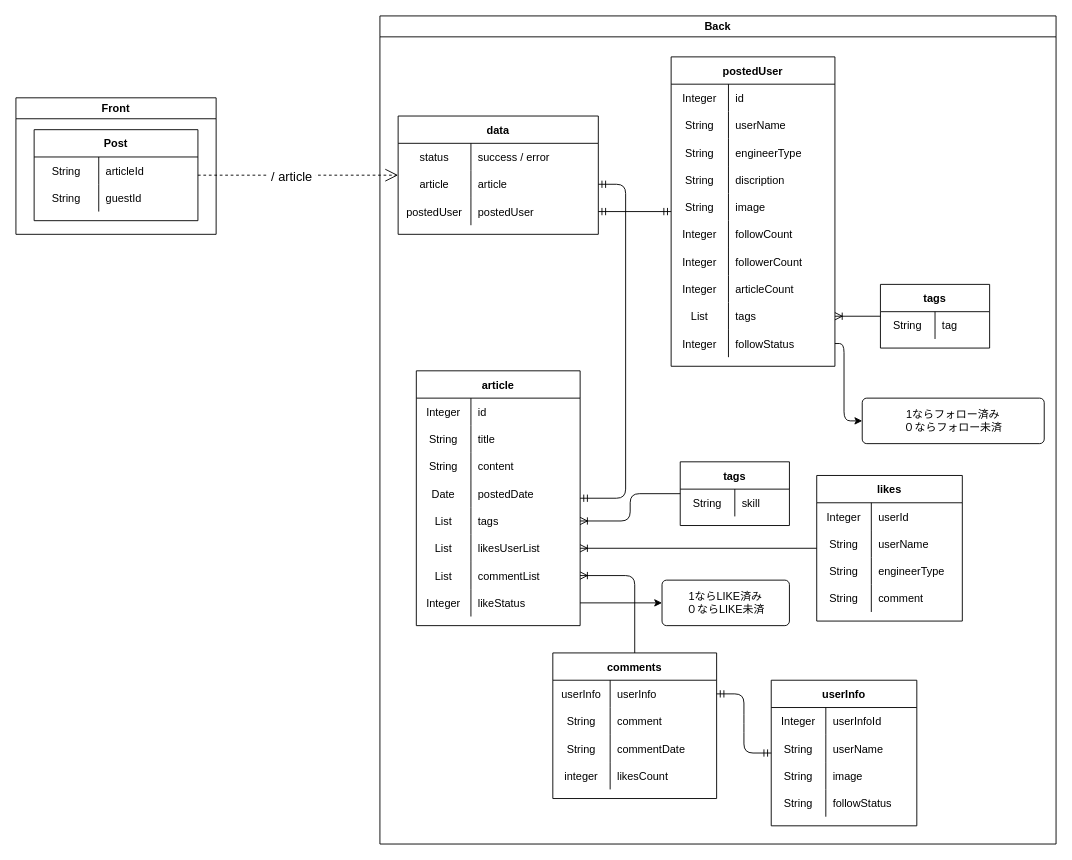
The draw.io diagram page "[表示]記事詳細" (5 of 17) of Designs/基本設計.drawio in yusuke-rakus/Qiish, before the edit. Source tidied: cells renumbered, new cells numbered last; positions are measured from the earlier drawing's top-left corner, leaving out a move shared by most shapes. Both pictures are drawn from the tidied source at 91%, with x=0, y=0 at pixel (15, 15).
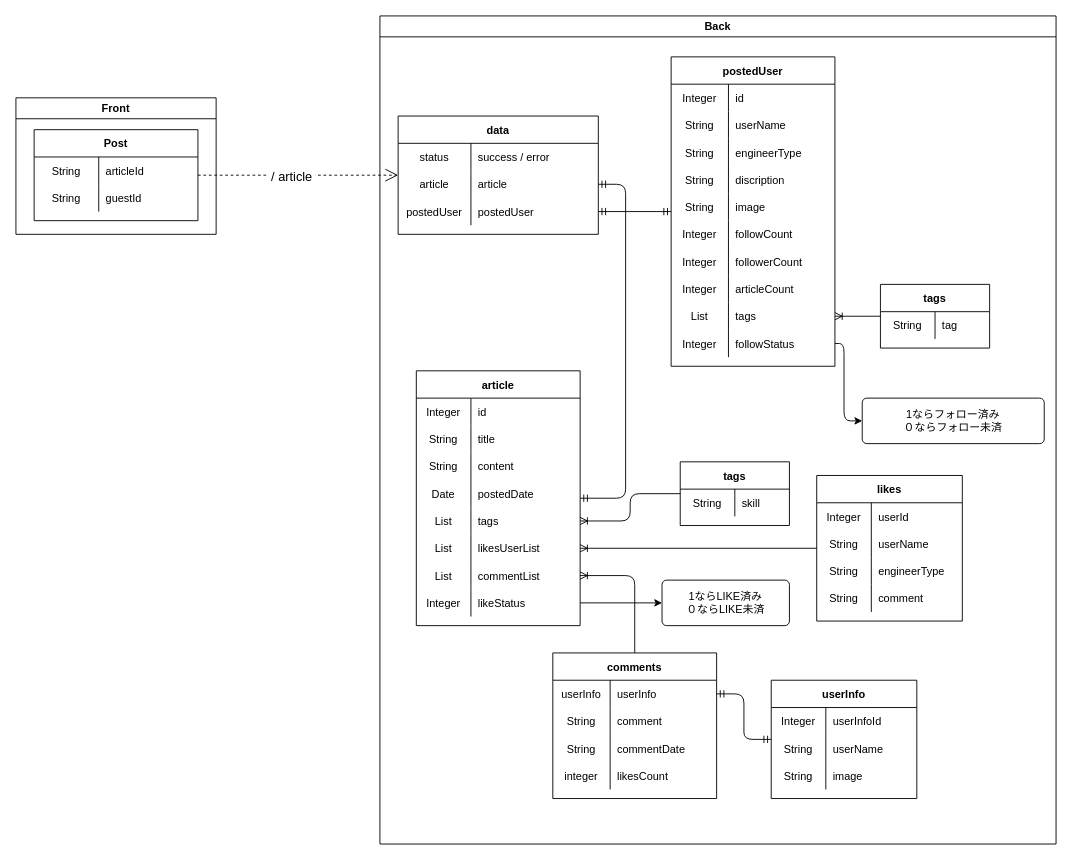
The same page after the edit.

Unchanged cells that the change refers to:
```xml
<mxCell id="10" value="Back" style="swimlane;" parent="1" vertex="1">
  <mxGeometry x="400" width="743" height="910" as="geometry" />
</mxCell>
```

What changed in the source:
```diff
@@
     <mxCell id="55" value="userInfo" style="shape=table;startSize=30;childLayout=tableLayout;rowLines=0;fontStyle=1;align=center;" parent="10" vertex="1">
-      <mxGeometry x="430" y="730" width="160" height="160" as="geometry" />
+      <mxGeometry x="430" y="730" width="160" height="130" as="geometry" />
     </mxCell>
@@
-    <mxCell id="65" style="shape=partialRectangle;fillColor=none;top=0;left=0;bottom=0;right=0;" parent="55" vertex="1">
-      <mxGeometry y="120" width="160" height="30" as="geometry" />
-    </mxCell>
-    <mxCell id="66" value="String" style="shape=partialRectangle;fillColor=none;top=0;left=0;bottom=0;right=0;overflow=hidden;" parent="65" vertex="1">
-      <mxGeometry width="60" height="30" as="geometry" />
-    </mxCell>
-    <mxCell id="67" value="followStatus" style="shape=partialRectangle;fillColor=none;top=0;left=0;bottom=0;right=0;align=left;spacingLeft=6;overflow=hidden;" parent="65" vertex="1">
-      <mxGeometry x="60" width="100" height="30" as="geometry" />
-    </mxCell>
```
